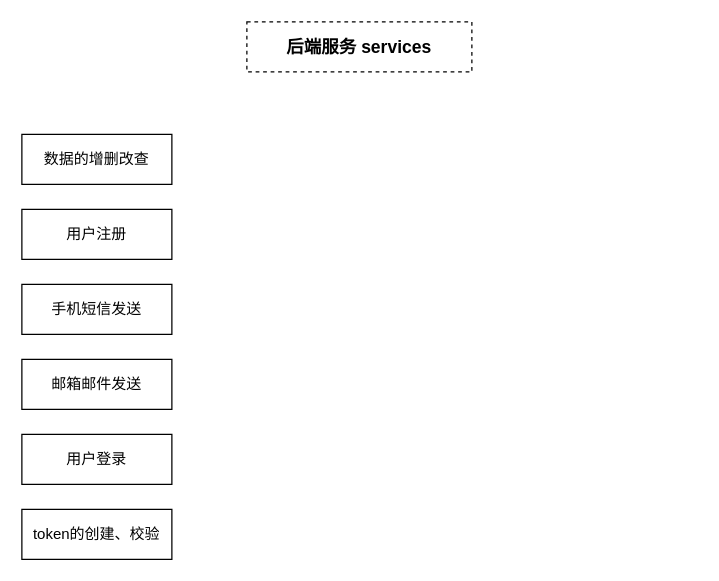
Earlier version of the draw.io diagram 后端服务.drawio (8230459/drawio). Source tidied: cells renumbered, new cells numbered last; positions are measured from the earlier drawing's top-left corner, leaving out a move shared by most shapes. Both pictures are drawn from the tidied source at 125%, with x=0, y=0 at pixel (21, 21).
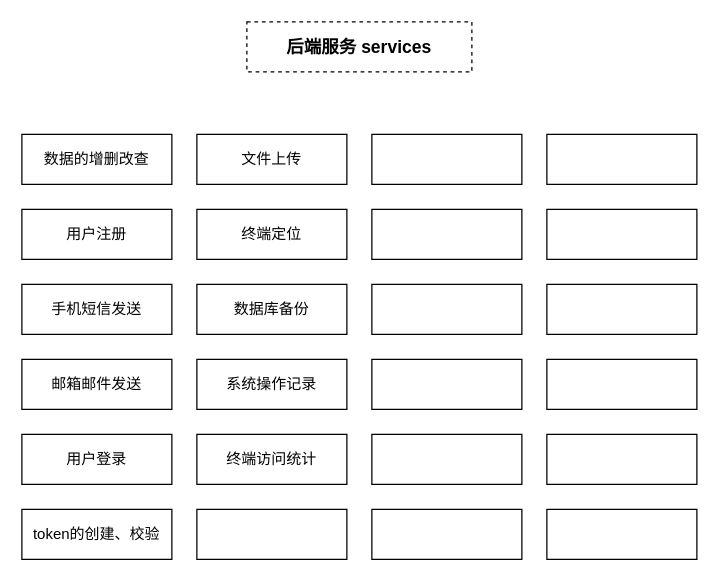
The same diagram, later.

Diff of the diagram source:
```diff
@@
+    <mxCell id="9" value="文件上传" style="rounded=0;whiteSpace=wrap;html=1;" parent="1" vertex="1">
+      <mxGeometry x="140" y="90" width="120" height="40" as="geometry" />
+    </mxCell>
+    <mxCell id="10" value="终端定位" style="rounded=0;whiteSpace=wrap;html=1;" parent="1" vertex="1">
+      <mxGeometry x="140" y="150" width="120" height="40" as="geometry" />
+    </mxCell>
+    <mxCell id="11" value="数据库备份" style="rounded=0;whiteSpace=wrap;html=1;" parent="1" vertex="1">
+      <mxGeometry x="140" y="210" width="120" height="40" as="geometry" />
+    </mxCell>
+    <mxCell id="12" value="系统操作记录" style="rounded=0;whiteSpace=wrap;html=1;" parent="1" vertex="1">
+      <mxGeometry x="140" y="270" width="120" height="40" as="geometry" />
+    </mxCell>
+    <mxCell id="13" value="终端访问统计" style="rounded=0;whiteSpace=wrap;html=1;" parent="1" vertex="1">
+      <mxGeometry x="140" y="330" width="120" height="40" as="geometry" />
+    </mxCell>
+    <mxCell id="14" style="rounded=0;whiteSpace=wrap;html=1;" parent="1" vertex="1">
+      <mxGeometry x="140" y="390" width="120" height="40" as="geometry" />
+    </mxCell>
+    <mxCell id="15" style="rounded=0;whiteSpace=wrap;html=1;" parent="1" vertex="1">
+      <mxGeometry x="280" y="90" width="120" height="40" as="geometry" />
+    </mxCell>
+    <mxCell id="16" style="rounded=0;whiteSpace=wrap;html=1;" parent="1" vertex="1">
+      <mxGeometry x="280" y="150" width="120" height="40" as="geometry" />
+    </mxCell>
+    <mxCell id="17" style="rounded=0;whiteSpace=wrap;html=1;" parent="1" vertex="1">
+      <mxGeometry x="280" y="210" width="120" height="40" as="geometry" />
+    </mxCell>
+    <mxCell id="18" style="rounded=0;whiteSpace=wrap;html=1;" parent="1" vertex="1">
+      <mxGeometry x="280" y="270" width="120" height="40" as="geometry" />
+    </mxCell>
+    <mxCell id="19" style="rounded=0;whiteSpace=wrap;html=1;" parent="1" vertex="1">
+      <mxGeometry x="280" y="330" width="120" height="40" as="geometry" />
+    </mxCell>
+    <mxCell id="20" style="rounded=0;whiteSpace=wrap;html=1;" parent="1" vertex="1">
+      <mxGeometry x="280" y="390" width="120" height="40" as="geometry" />
+    </mxCell>
+    <mxCell id="21" style="rounded=0;whiteSpace=wrap;html=1;" parent="1" vertex="1">
+      <mxGeometry x="420" y="90" width="120" height="40" as="geometry" />
+    </mxCell>
+    <mxCell id="22" style="rounded=0;whiteSpace=wrap;html=1;" parent="1" vertex="1">
+      <mxGeometry x="420" y="150" width="120" height="40" as="geometry" />
+    </mxCell>
+    <mxCell id="23" style="rounded=0;whiteSpace=wrap;html=1;" parent="1" vertex="1">
+      <mxGeometry x="420" y="210" width="120" height="40" as="geometry" />
+    </mxCell>
+    <mxCell id="24" style="rounded=0;whiteSpace=wrap;html=1;" parent="1" vertex="1">
+      <mxGeometry x="420" y="270" width="120" height="40" as="geometry" />
+    </mxCell>
+    <mxCell id="25" style="rounded=0;whiteSpace=wrap;html=1;" parent="1" vertex="1">
+      <mxGeometry x="420" y="330" width="120" height="40" as="geometry" />
+    </mxCell>
+    <mxCell id="26" style="rounded=0;whiteSpace=wrap;html=1;" parent="1" vertex="1">
+      <mxGeometry x="420" y="390" width="120" height="40" as="geometry" />
+    </mxCell>
```
